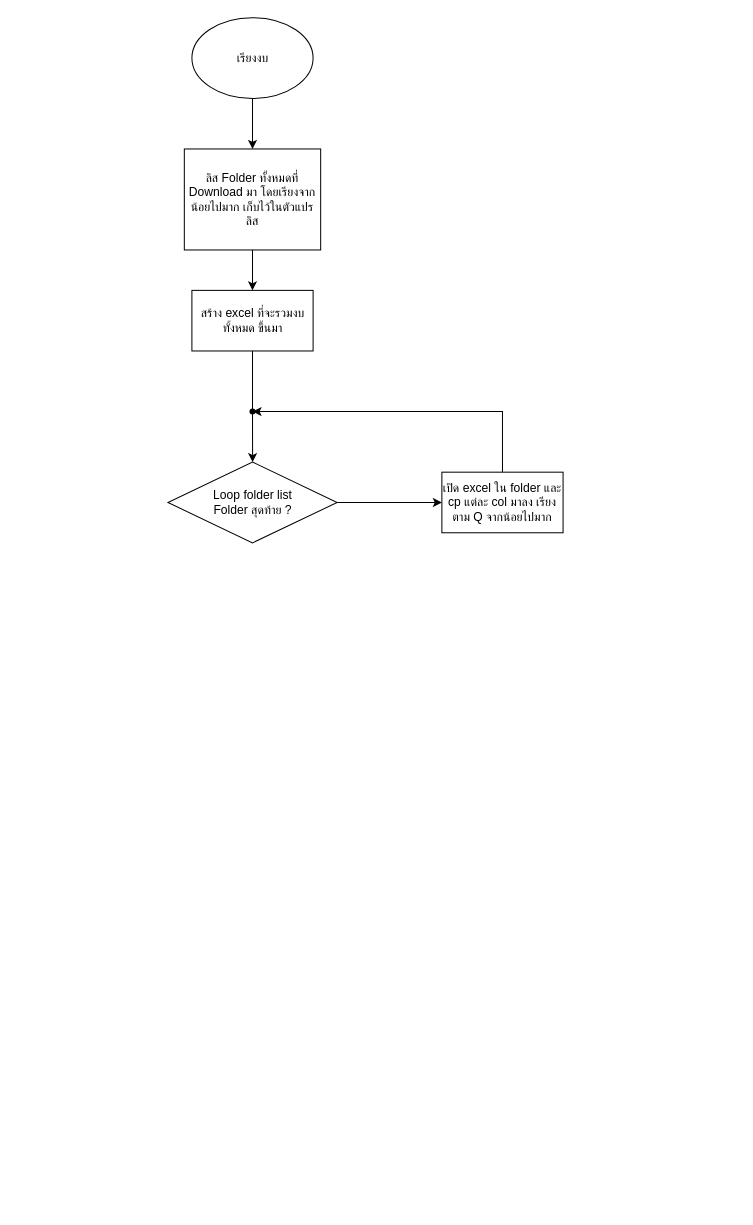
lumduan/financial-statements-excel keeps this draw.io diagram as Untitled Diagram.drawio. Above is the earlier version. Source tidied: cells renumbered, new cells numbered last; positions are measured from the earlier drawing's top-left corner, leaving out a move shared by most shapes. Both pictures are drawn from the tidied source at 101%, with x=0, y=0 at pixel (168, 17).
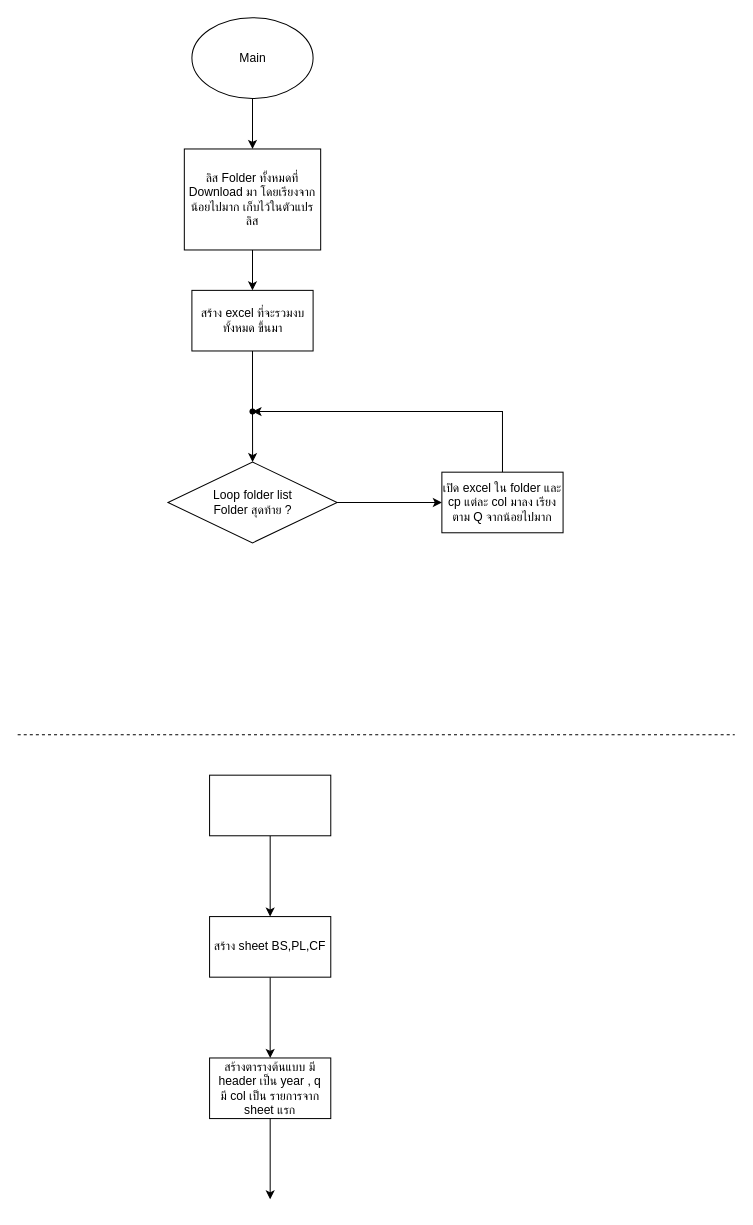
The same diagram, later.

What changed in the source:
```diff
@@
-    <mxCell id="3" value="เรียงงบ" style="ellipse;whiteSpace=wrap;html=1;" parent="1" vertex="1">
+    <mxCell id="3" value="Main" style="ellipse;whiteSpace=wrap;html=1;" parent="1" vertex="1">
       <mxGeometry x="23.5" width="120" height="80" as="geometry" />
     </mxCell>
@@
+    <mxCell id="13" style="endArrow=none;dashed=1;html=1;rounded=0;" parent="1" edge="1">
+      <mxGeometry relative="1" as="geometry">
+        <mxPoint x="-149" y="710" as="sourcePoint" />
+        <mxPoint x="561" y="710" as="targetPoint" />
+      </mxGeometry>
+    </mxCell>
+    <mxCell id="14" style="edgeStyle=orthogonalEdgeStyle;rounded=0;jettySize=auto;html=1;" parent="1" edge="1" source="15" target="17">
+      <mxGeometry relative="1" as="geometry" />
+    </mxCell>
+    <mxCell id="15" style="rounded=0;whiteSpace=wrap;html=1;" parent="1" vertex="1">
+      <mxGeometry x="41" y="750" width="120" height="60" as="geometry" />
+    </mxCell>
+    <mxCell id="16" style="edgeStyle=orthogonalEdgeStyle;rounded=0;jettySize=auto;html=1;" parent="1" edge="1" source="17" target="19">
+      <mxGeometry relative="1" as="geometry" />
+    </mxCell>
+    <mxCell id="17" value="สร้าง sheet BS,PL,CF" style="rounded=0;whiteSpace=wrap;html=1;" parent="1" vertex="1">
+      <mxGeometry x="41" y="890" width="120" height="60" as="geometry" />
+    </mxCell>
+    <mxCell id="18" style="edgeStyle=orthogonalEdgeStyle;rounded=0;jettySize=auto;html=1;" parent="1" edge="1" source="19">
+      <mxGeometry relative="1" as="geometry">
+        <mxPoint x="101" y="1170" as="targetPoint" />
+      </mxGeometry>
+    </mxCell>
+    <mxCell id="19" value="สร้างตารางต้นแบบ มี header เป็น year , q&lt;br&gt;มี col เป็น รายการจาก sheet แรก" style="rounded=0;whiteSpace=wrap;html=1;" parent="1" vertex="1">
+      <mxGeometry x="41" y="1030" width="120" height="60" as="geometry" />
+    </mxCell>
```
